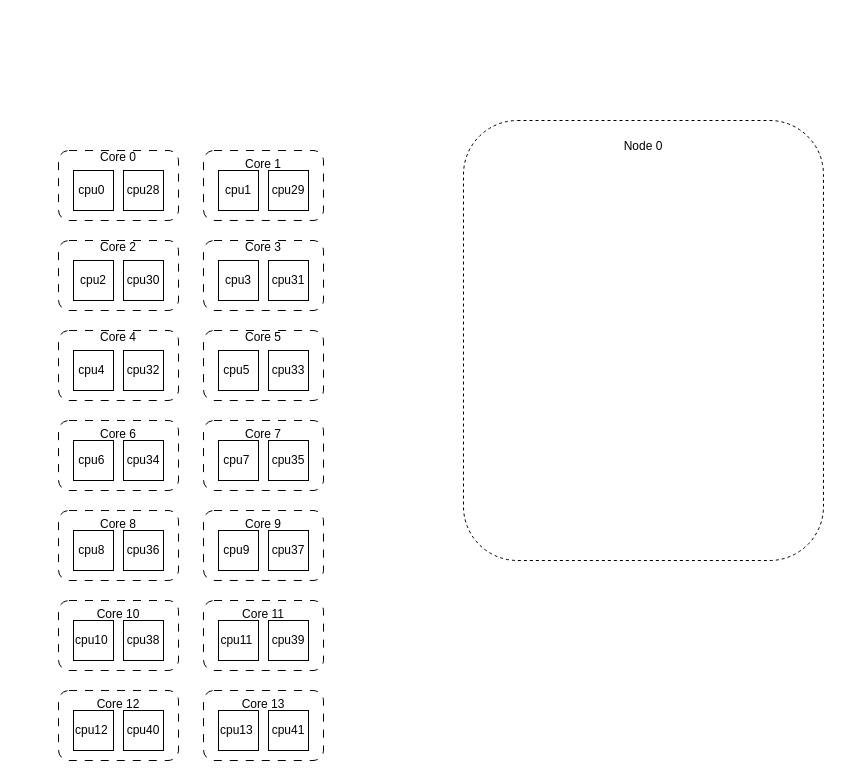
Before: cpu分布.drawio in Netech-DevNote/itquestions_pictures, a draw.io diagram. Source tidied: cells renumbered, new cells numbered last; positions are measured from the earlier drawing's top-left corner, leaving out a move shared by most shapes. Both pictures are drawn from the tidied source at 100%, with x=0, y=0 at pixel (58, 120).
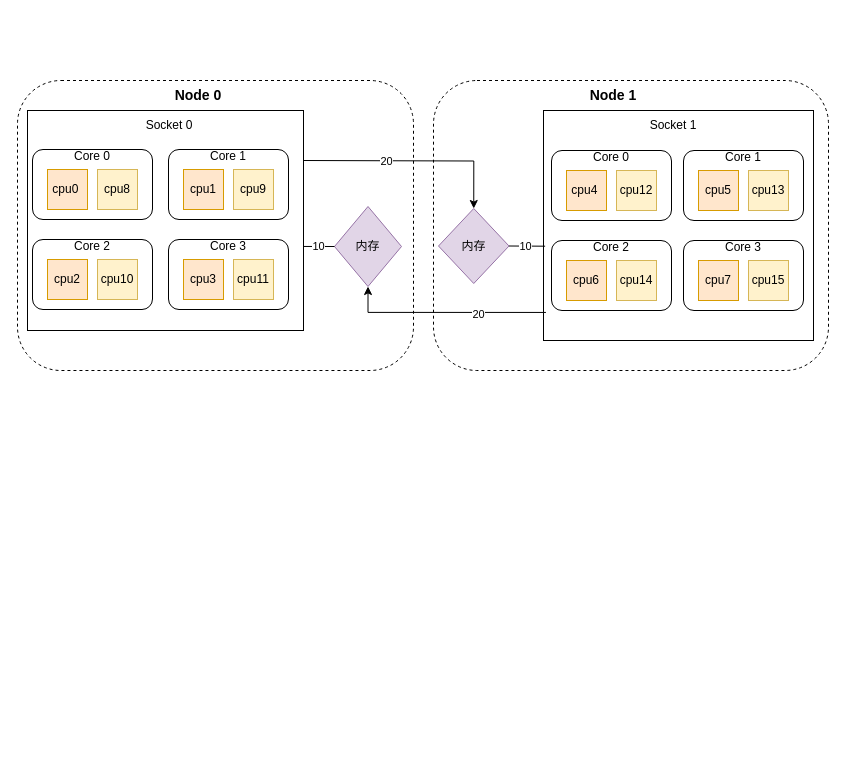
The same diagram, later.

Diff of the diagram source:
```diff
@@
+    <mxCell id="45" value="&lt;br&gt;&lt;br&gt;&lt;br&gt;&lt;br&gt;&lt;br&gt;&lt;br&gt;&lt;br&gt;&lt;br&gt;&lt;br&gt;&lt;br&gt;&lt;br&gt;&lt;br&gt;&lt;br&gt;&lt;br&gt;&lt;br&gt;&lt;br&gt;&lt;br&gt;&lt;br&gt;&lt;br&gt;&lt;br&gt;&lt;br&gt;&lt;br&gt;&lt;br&gt;&lt;br&gt;&lt;br&gt;&lt;br&gt;&lt;br&gt;&lt;br&gt;&lt;br&gt;" style="rounded=1;whiteSpace=wrap;html=1;dashed=1;" parent="1" vertex="1">
+      <mxGeometry x="375" y="-40" width="395" height="290" as="geometry" />
+    </mxCell>
+    <mxCell id="46" style="rounded=0;whiteSpace=wrap;html=1;" parent="1" vertex="1">
+      <mxGeometry x="485" y="-10" width="270" height="230" as="geometry" />
+    </mxCell>
-    <mxCell id="2" value="Node 0&lt;br&gt;&lt;br&gt;&lt;br&gt;&lt;br&gt;&lt;br&gt;&lt;br&gt;&lt;br&gt;&lt;br&gt;&lt;br&gt;&lt;br&gt;&lt;br&gt;&lt;br&gt;&lt;br&gt;&lt;br&gt;&lt;br&gt;&lt;br&gt;&lt;br&gt;&lt;br&gt;&lt;br&gt;&lt;br&gt;&lt;br&gt;&lt;br&gt;&lt;br&gt;&lt;br&gt;&lt;br&gt;&lt;br&gt;&lt;br&gt;&lt;br&gt;" style="rounded=1;whiteSpace=wrap;html=1;dashed=1;" parent="1" vertex="1">
-      <mxGeometry x="405" width="360" height="440" as="geometry" />
+    <mxCell id="2" value="&lt;br&gt;&lt;br&gt;&lt;br&gt;&lt;br&gt;&lt;br&gt;&lt;br&gt;&lt;br&gt;&lt;br&gt;&lt;br&gt;&lt;br&gt;&lt;br&gt;&lt;br&gt;&lt;br&gt;&lt;br&gt;&lt;br&gt;&lt;br&gt;&lt;br&gt;&lt;br&gt;&lt;br&gt;&lt;br&gt;&lt;br&gt;&lt;br&gt;&lt;br&gt;&lt;br&gt;&lt;br&gt;&lt;br&gt;&lt;br&gt;&lt;br&gt;&lt;br&gt;" style="rounded=1;whiteSpace=wrap;html=1;dashed=1;" parent="1" vertex="1">
+      <mxGeometry x="-41" y="-40" width="396" height="290" as="geometry" />
     </mxCell>
+    <mxCell id="47" style="rounded=0;whiteSpace=wrap;html=1;" parent="1" vertex="1">
+      <mxGeometry x="-31" y="-10" width="276" height="220" as="geometry" />
+    </mxCell>
-    <mxCell id="3" value="Core 0&lt;br&gt;&lt;br&gt;&lt;br&gt;&lt;br&gt;&lt;br&gt;" style="rounded=1;whiteSpace=wrap;html=1;dashed=1;dashPattern=8 8;" parent="1" vertex="1">
-      <mxGeometry y="30" width="120" height="70" as="geometry" />
+    <mxCell id="3" value="Core 0&lt;br&gt;&lt;br&gt;&lt;br&gt;&lt;br&gt;&lt;br&gt;" style="rounded=1;whiteSpace=wrap;html=1;" parent="1" vertex="1">
+      <mxGeometry x="-26" y="29" width="120" height="70" as="geometry" />
     </mxCell>
-    <mxCell id="4" value="cpu0&amp;nbsp;" style="whiteSpace=wrap;html=1;" parent="1" vertex="1">
-      <mxGeometry x="15" y="50" width="40" height="40" as="geometry" />
+    <mxCell id="4" value="cpu0&amp;nbsp;" style="whiteSpace=wrap;html=1;fillColor=#ffe6cc;strokeColor=#d79b00;" parent="1" vertex="1">
+      <mxGeometry x="-11" y="49" width="40" height="40" as="geometry" />
     </mxCell>
-    <mxCell id="5" value="cpu28" style="whiteSpace=wrap;html=1;" parent="1" vertex="1">
-      <mxGeometry x="65" y="50" width="40" height="40" as="geometry" />
+    <mxCell id="5" value="cpu8" style="whiteSpace=wrap;html=1;fillColor=#fff2cc;strokeColor=#d6b656;" parent="1" vertex="1">
+      <mxGeometry x="39" y="49" width="40" height="40" as="geometry" />
     </mxCell>
-    <mxCell id="6" value="Core 1&lt;br&gt;&lt;br&gt;&lt;br&gt;&lt;br&gt;" style="rounded=1;whiteSpace=wrap;html=1;dashed=1;dashPattern=8 8;" parent="1" vertex="1">
-      <mxGeometry x="145" y="30" width="120" height="70" as="geometry" />
+    <mxCell id="6" value="Core 1&lt;br&gt;&lt;br&gt;&lt;br&gt;&lt;br&gt;&lt;br&gt;" style="rounded=1;whiteSpace=wrap;html=1;" parent="1" vertex="1">
+      <mxGeometry x="110" y="29" width="120" height="70" as="geometry" />
     </mxCell>
-    <mxCell id="7" value="cpu1" style="whiteSpace=wrap;html=1;" parent="1" vertex="1">
-      <mxGeometry x="160" y="50" width="40" height="40" as="geometry" />
+    <mxCell id="7" value="cpu1" style="whiteSpace=wrap;html=1;fillColor=#ffe6cc;strokeColor=#d79b00;" parent="1" vertex="1">
+      <mxGeometry x="125" y="49" width="40" height="40" as="geometry" />
     </mxCell>
-    <mxCell id="8" value="cpu29" style="whiteSpace=wrap;html=1;" parent="1" vertex="1">
-      <mxGeometry x="210" y="50" width="40" height="40" as="geometry" />
+    <mxCell id="8" value="cpu9" style="whiteSpace=wrap;html=1;fillColor=#fff2cc;strokeColor=#d6b656;" parent="1" vertex="1">
+      <mxGeometry x="175" y="49" width="40" height="40" as="geometry" />
     </mxCell>
-    <mxCell id="9" value="Core 2&lt;br&gt;&lt;br&gt;&lt;br&gt;&lt;br&gt;&lt;br&gt;" style="rounded=1;whiteSpace=wrap;html=1;dashed=1;dashPattern=8 8;" parent="1" vertex="1">
-      <mxGeometry y="120" width="120" height="70" as="geometry" />
+    <mxCell id="9" value="Core 2&lt;br&gt;&lt;br&gt;&lt;br&gt;&lt;br&gt;&lt;br&gt;" style="rounded=1;whiteSpace=wrap;html=1;" parent="1" vertex="1">
+      <mxGeometry x="-26" y="119" width="120" height="70" as="geometry" />
     </mxCell>
-    <mxCell id="10" value="cpu2" style="whiteSpace=wrap;html=1;" parent="1" vertex="1">
-      <mxGeometry x="15" y="140" width="40" height="40" as="geometry" />
+    <mxCell id="10" value="cpu2" style="whiteSpace=wrap;html=1;fillColor=#ffe6cc;strokeColor=#d79b00;" parent="1" vertex="1">
+      <mxGeometry x="-11" y="139" width="40" height="40" as="geometry" />
     </mxCell>
-    <mxCell id="11" value="cpu30" style="whiteSpace=wrap;html=1;" parent="1" vertex="1">
-      <mxGeometry x="65" y="140" width="40" height="40" as="geometry" />
+    <mxCell id="11" value="cpu10" style="whiteSpace=wrap;html=1;fillColor=#fff2cc;strokeColor=#d6b656;" parent="1" vertex="1">
+      <mxGeometry x="39" y="139" width="40" height="40" as="geometry" />
     </mxCell>
-    <mxCell id="12" value="Core 3&lt;br&gt;&lt;br&gt;&lt;br&gt;&lt;br&gt;&lt;br&gt;" style="rounded=1;whiteSpace=wrap;html=1;dashed=1;dashPattern=8 8;" parent="1" vertex="1">
-      <mxGeometry x="145" y="120" width="120" height="70" as="geometry" />
+    <mxCell id="12" value="Core 3&lt;br&gt;&lt;br&gt;&lt;br&gt;&lt;br&gt;&lt;br&gt;" style="rounded=1;whiteSpace=wrap;html=1;" parent="1" vertex="1">
+      <mxGeometry x="110" y="119" width="120" height="70" as="geometry" />
     </mxCell>
-    <mxCell id="13" value="cpu3" style="whiteSpace=wrap;html=1;" parent="1" vertex="1">
-      <mxGeometry x="160" y="140" width="40" height="40" as="geometry" />
+    <mxCell id="13" value="cpu3" style="whiteSpace=wrap;html=1;fillColor=#ffe6cc;strokeColor=#d79b00;" parent="1" vertex="1">
+      <mxGeometry x="125" y="139" width="40" height="40" as="geometry" />
     </mxCell>
-    <mxCell id="14" value="cpu31" style="whiteSpace=wrap;html=1;" parent="1" vertex="1">
-      <mxGeometry x="210" y="140" width="40" height="40" as="geometry" />
+    <mxCell id="14" value="cpu11" style="whiteSpace=wrap;html=1;fillColor=#fff2cc;strokeColor=#d6b656;" parent="1" vertex="1">
+      <mxGeometry x="175" y="139" width="40" height="40" as="geometry" />
     </mxCell>
-    <mxCell id="15" value="Core 4&lt;br&gt;&lt;br&gt;&lt;br&gt;&lt;br&gt;&lt;br&gt;" style="rounded=1;whiteSpace=wrap;html=1;dashed=1;dashPattern=8 8;" parent="1" vertex="1">
-      <mxGeometry y="210" width="120" height="70" as="geometry" />
-    </mxCell>
+    <mxCell id="48" value="Node 0" style="text;html=1;strokeColor=none;fillColor=none;align=center;verticalAlign=middle;whiteSpace=wrap;rounded=0;fontStyle=1;fontSize=14;" parent="1" vertex="1">
+      <mxGeometry x="110" y="-40" width="60" height="30" as="geometry" />
+    </mxCell>
+    <mxCell id="49" value="Core 0&lt;br&gt;&lt;br&gt;&lt;br&gt;&lt;br&gt;&lt;br&gt;" style="rounded=1;whiteSpace=wrap;html=1;" parent="1" vertex="1">
+      <mxGeometry x="493" y="30" width="120" height="70" as="geometry" />
+    </mxCell>
-    <mxCell id="16" value="cpu4&amp;nbsp;" style="whiteSpace=wrap;html=1;" parent="1" vertex="1">
-      <mxGeometry x="15" y="230" width="40" height="40" as="geometry" />
+    <mxCell id="16" value="cpu4&amp;nbsp;" style="whiteSpace=wrap;html=1;fillColor=#ffe6cc;strokeColor=#d79b00;" parent="1" vertex="1">
+      <mxGeometry x="508" y="50" width="40" height="40" as="geometry" />
     </mxCell>
-    <mxCell id="17" value="cpu32" style="whiteSpace=wrap;html=1;" parent="1" vertex="1">
-      <mxGeometry x="65" y="230" width="40" height="40" as="geometry" />
-    </mxCell>
-    <mxCell id="18" value="Core 5&lt;br&gt;&lt;br&gt;&lt;br&gt;&lt;br&gt;&lt;br&gt;" style="rounded=1;whiteSpace=wrap;html=1;dashed=1;dashPattern=8 8;" parent="1" vertex="1">
-      <mxGeometry x="145" y="210" width="120" height="70" as="geometry" />
-    </mxCell>
+    <mxCell id="40" value="cpu12" style="whiteSpace=wrap;html=1;fillColor=#fff2cc;strokeColor=#d6b656;" parent="1" vertex="1">
+      <mxGeometry x="558" y="50" width="40" height="40" as="geometry" />
+    </mxCell>
+    <mxCell id="50" value="Core 1&lt;br&gt;&lt;br&gt;&lt;br&gt;&lt;br&gt;&lt;br&gt;" style="rounded=1;whiteSpace=wrap;html=1;" parent="1" vertex="1">
+      <mxGeometry x="625" y="30" width="120" height="70" as="geometry" />
+    </mxCell>
-    <mxCell id="19" value="cpu5&amp;nbsp;" style="whiteSpace=wrap;html=1;" parent="1" vertex="1">
-      <mxGeometry x="160" y="230" width="40" height="40" as="geometry" />
+    <mxCell id="19" value="cpu5" style="whiteSpace=wrap;html=1;fillColor=#ffe6cc;strokeColor=#d79b00;" parent="1" vertex="1">
+      <mxGeometry x="640" y="50" width="40" height="40" as="geometry" />
     </mxCell>
-    <mxCell id="20" value="cpu33" style="whiteSpace=wrap;html=1;" parent="1" vertex="1">
-      <mxGeometry x="210" y="230" width="40" height="40" as="geometry" />
-    </mxCell>
-    <mxCell id="21" value="Core 6&lt;br&gt;&lt;br&gt;&lt;br&gt;&lt;br&gt;" style="rounded=1;whiteSpace=wrap;html=1;dashed=1;dashPattern=8 8;" parent="1" vertex="1">
-      <mxGeometry y="300" width="120" height="70" as="geometry" />
-    </mxCell>
+    <mxCell id="43" value="cpu13" style="whiteSpace=wrap;html=1;fillColor=#fff2cc;strokeColor=#d6b656;" parent="1" vertex="1">
+      <mxGeometry x="690" y="50" width="40" height="40" as="geometry" />
+    </mxCell>
+    <mxCell id="51" value="Core 2&lt;br&gt;&lt;br&gt;&lt;br&gt;&lt;br&gt;&lt;br&gt;" style="rounded=1;whiteSpace=wrap;html=1;" parent="1" vertex="1">
+      <mxGeometry x="493" y="120" width="120" height="70" as="geometry" />
+    </mxCell>
-    <mxCell id="22" value="cpu6&amp;nbsp;" style="whiteSpace=wrap;html=1;" parent="1" vertex="1">
-      <mxGeometry x="15" y="320" width="40" height="40" as="geometry" />
+    <mxCell id="22" value="cpu6" style="whiteSpace=wrap;html=1;fillColor=#ffe6cc;strokeColor=#d79b00;" parent="1" vertex="1">
+      <mxGeometry x="508" y="140" width="40" height="40" as="geometry" />
     </mxCell>
-    <mxCell id="23" value="cpu34" style="whiteSpace=wrap;html=1;" parent="1" vertex="1">
-      <mxGeometry x="65" y="320" width="40" height="40" as="geometry" />
-    </mxCell>
-    <mxCell id="24" value="Core 7&lt;br&gt;&lt;br&gt;&lt;br&gt;&lt;br&gt;" style="rounded=1;whiteSpace=wrap;html=1;dashed=1;dashPattern=8 8;" parent="1" vertex="1">
-      <mxGeometry x="145" y="300" width="120" height="70" as="geometry" />
-    </mxCell>
+    <mxCell id="52" value="cpu14" style="whiteSpace=wrap;html=1;fillColor=#fff2cc;strokeColor=#d6b656;" parent="1" vertex="1">
+      <mxGeometry x="558" y="140" width="40" height="40" as="geometry" />
+    </mxCell>
+    <mxCell id="53" value="Core 3&lt;br&gt;&lt;br&gt;&lt;br&gt;&lt;br&gt;&lt;br&gt;" style="rounded=1;whiteSpace=wrap;html=1;" parent="1" vertex="1">
+      <mxGeometry x="625" y="120" width="120" height="70" as="geometry" />
+    </mxCell>
-    <mxCell id="25" value="cpu7&amp;nbsp;" style="whiteSpace=wrap;html=1;" parent="1" vertex="1">
-      <mxGeometry x="160" y="320" width="40" height="40" as="geometry" />
+    <mxCell id="25" value="cpu7" style="whiteSpace=wrap;html=1;fillColor=#ffe6cc;strokeColor=#d79b00;" parent="1" vertex="1">
+      <mxGeometry x="640" y="140" width="40" height="40" as="geometry" />
     </mxCell>
-    <mxCell id="26" value="cpu35" style="whiteSpace=wrap;html=1;" parent="1" vertex="1">
-      <mxGeometry x="210" y="320" width="40" height="40" as="geometry" />
-    </mxCell>
-    <mxCell id="27" value="Core 8&lt;br&gt;&lt;br&gt;&lt;br&gt;&lt;br&gt;" style="rounded=1;whiteSpace=wrap;html=1;dashed=1;dashPattern=8 8;" parent="1" vertex="1">
-      <mxGeometry y="390" width="120" height="70" as="geometry" />
-    </mxCell>
-    <mxCell id="28" value="cpu8&amp;nbsp;" style="whiteSpace=wrap;html=1;" parent="1" vertex="1">
-      <mxGeometry x="15" y="410" width="40" height="40" as="geometry" />
-    </mxCell>
-    <mxCell id="29" value="cpu36" style="whiteSpace=wrap;html=1;" parent="1" vertex="1">
-      <mxGeometry x="65" y="410" width="40" height="40" as="geometry" />
-    </mxCell>
-    <mxCell id="30" value="Core 9&lt;br&gt;&lt;br&gt;&lt;br&gt;&lt;br&gt;" style="rounded=1;whiteSpace=wrap;html=1;dashed=1;dashPattern=8 8;" parent="1" vertex="1">
-      <mxGeometry x="145" y="390" width="120" height="70" as="geometry" />
-    </mxCell>
-    <mxCell id="31" value="cpu9&amp;nbsp;" style="whiteSpace=wrap;html=1;" parent="1" vertex="1">
-      <mxGeometry x="160" y="410" width="40" height="40" as="geometry" />
-    </mxCell>
-    <mxCell id="32" value="cpu37" style="whiteSpace=wrap;html=1;" parent="1" vertex="1">
-      <mxGeometry x="210" y="410" width="40" height="40" as="geometry" />
-    </mxCell>
-    <mxCell id="33" value="Core 10&lt;br&gt;&lt;br&gt;&lt;br&gt;&lt;br&gt;" style="rounded=1;whiteSpace=wrap;html=1;dashed=1;dashPattern=8 8;" parent="1" vertex="1">
-      <mxGeometry y="480" width="120" height="70" as="geometry" />
-    </mxCell>
-    <mxCell id="34" value="cpu10&amp;nbsp;" style="whiteSpace=wrap;html=1;" parent="1" vertex="1">
-      <mxGeometry x="15" y="500" width="40" height="40" as="geometry" />
-    </mxCell>
-    <mxCell id="35" value="cpu38" style="whiteSpace=wrap;html=1;" parent="1" vertex="1">
-      <mxGeometry x="65" y="500" width="40" height="40" as="geometry" />
-    </mxCell>
-    <mxCell id="36" value="Core 11&lt;br&gt;&lt;br&gt;&lt;br&gt;&lt;br&gt;" style="rounded=1;whiteSpace=wrap;html=1;dashed=1;dashPattern=8 8;" parent="1" vertex="1">
-      <mxGeometry x="145" y="480" width="120" height="70" as="geometry" />
-    </mxCell>
-    <mxCell id="37" value="cpu11&amp;nbsp;" style="whiteSpace=wrap;html=1;" parent="1" vertex="1">
-      <mxGeometry x="160" y="500" width="40" height="40" as="geometry" />
-    </mxCell>
-    <mxCell id="38" value="cpu39" style="whiteSpace=wrap;html=1;" parent="1" vertex="1">
-      <mxGeometry x="210" y="500" width="40" height="40" as="geometry" />
-    </mxCell>
-    <mxCell id="39" value="Core 12&lt;br&gt;&lt;br&gt;&lt;br&gt;&lt;br&gt;" style="rounded=1;whiteSpace=wrap;html=1;dashed=1;dashPattern=8 8;" parent="1" vertex="1">
-      <mxGeometry y="570" width="120" height="70" as="geometry" />
-    </mxCell>
-    <mxCell id="40" value="cpu12&amp;nbsp;" style="whiteSpace=wrap;html=1;" parent="1" vertex="1">
-      <mxGeometry x="15" y="590" width="40" height="40" as="geometry" />
-    </mxCell>
-    <mxCell id="41" value="cpu40" style="whiteSpace=wrap;html=1;" parent="1" vertex="1">
-      <mxGeometry x="65" y="590" width="40" height="40" as="geometry" />
-    </mxCell>
-    <mxCell id="42" value="Core 13&lt;br&gt;&lt;br&gt;&lt;br&gt;&lt;br&gt;" style="rounded=1;whiteSpace=wrap;html=1;dashed=1;dashPattern=8 8;" parent="1" vertex="1">
-      <mxGeometry x="145" y="570" width="120" height="70" as="geometry" />
-    </mxCell>
-    <mxCell id="43" value="cpu13&amp;nbsp;" style="whiteSpace=wrap;html=1;" parent="1" vertex="1">
-      <mxGeometry x="160" y="590" width="40" height="40" as="geometry" />
-    </mxCell>
-    <mxCell id="44" value="cpu41" style="whiteSpace=wrap;html=1;" parent="1" vertex="1">
-      <mxGeometry x="210" y="590" width="40" height="40" as="geometry" />
-    </mxCell>
+    <mxCell id="54" value="cpu15" style="whiteSpace=wrap;html=1;fillColor=#fff2cc;strokeColor=#d6b656;" parent="1" vertex="1">
+      <mxGeometry x="690" y="140" width="40" height="40" as="geometry" />
+    </mxCell>
+    <mxCell id="55" value="Node 1" style="text;html=1;strokeColor=none;fillColor=none;align=center;verticalAlign=middle;whiteSpace=wrap;rounded=0;fontStyle=1;fontSize=14;" parent="1" vertex="1">
+      <mxGeometry x="525" y="-40" width="60" height="30" as="geometry" />
+    </mxCell>
+    <mxCell id="56" value="内存" style="rhombus;whiteSpace=wrap;html=1;fillColor=#e1d5e7;strokeColor=#9673a6;" parent="1" vertex="1">
+      <mxGeometry x="276" y="86" width="67" height="80" as="geometry" />
+    </mxCell>
+    <mxCell id="57" value="Socket 0" style="text;html=1;strokeColor=none;fillColor=none;align=center;verticalAlign=middle;whiteSpace=wrap;rounded=0;" parent="1" vertex="1">
+      <mxGeometry x="81" y="-10" width="60" height="30" as="geometry" />
+    </mxCell>
+    <mxCell id="58" value="Socket 1" style="text;html=1;strokeColor=none;fillColor=none;align=center;verticalAlign=middle;whiteSpace=wrap;rounded=0;" parent="1" vertex="1">
+      <mxGeometry x="585" y="-10" width="60" height="30" as="geometry" />
+    </mxCell>
+    <mxCell id="59" value="内存" style="rhombus;whiteSpace=wrap;html=1;fillColor=#e1d5e7;strokeColor=#9673a6;" parent="1" vertex="1">
+      <mxGeometry x="380" y="88" width="70.5" height="75" as="geometry" />
+    </mxCell>
+    <mxCell id="60" style="endArrow=none;html=1;rounded=0;entryX=0.006;entryY=0.59;entryDx=0;entryDy=0;entryPerimeter=0;exitX=1;exitY=0.5;exitDx=0;exitDy=0;" parent="1" edge="1" source="59" target="46">
+      <mxGeometry relative="1" as="geometry" />
+    </mxCell>
+    <mxCell id="61" value="10" style="edgeLabel;html=1;align=center;verticalAlign=middle;" parent="60" vertex="1">
+      <mxGeometry x="-0.13" y="-3" relative="1" as="geometry">
+        <mxPoint y="-3" as="offset" />
+      </mxGeometry>
+    </mxCell>
+    <mxCell id="62" style="endArrow=none;html=1;rounded=0;entryX=0;entryY=0.5;entryDx=0;entryDy=0;exitX=1;exitY=0.618;exitDx=0;exitDy=0;exitPerimeter=0;" parent="1" edge="1" source="47" target="56">
+      <mxGeometry relative="1" as="geometry" />
+    </mxCell>
+    <mxCell id="63" value="10" style="edgeLabel;html=1;align=center;verticalAlign=middle;" parent="62" vertex="1">
+      <mxGeometry x="-0.02" relative="1" as="geometry" />
+    </mxCell>
+    <mxCell id="64" style="endArrow=classic;html=1;rounded=0;edgeStyle=orthogonalEdgeStyle;entryX=0.5;entryY=0;entryDx=0;entryDy=0;" parent="1" edge="1" target="59">
+      <mxGeometry relative="1" as="geometry">
+        <mxPoint x="245" y="40" as="sourcePoint" />
+      </mxGeometry>
+    </mxCell>
+    <mxCell id="65" value="20" style="edgeLabel;html=1;align=center;verticalAlign=middle;" parent="64" vertex="1">
+      <mxGeometry x="-0.24" y="-2" relative="1" as="geometry">
+        <mxPoint y="-2" as="offset" />
+      </mxGeometry>
+    </mxCell>
+    <mxCell id="66" style="endArrow=classic;html=1;rounded=0;exitX=0.009;exitY=0.878;exitDx=0;exitDy=0;exitPerimeter=0;edgeStyle=orthogonalEdgeStyle;entryX=0.5;entryY=1;entryDx=0;entryDy=0;" parent="1" edge="1" source="46" target="56">
+      <mxGeometry relative="1" as="geometry">
+        <Array as="points">
+          <mxPoint x="310" y="192" />
+        </Array>
+      </mxGeometry>
+    </mxCell>
+    <mxCell id="67" value="20" style="edgeLabel;html=1;align=center;verticalAlign=middle;" parent="66" vertex="1">
+      <mxGeometry x="-0.33" y="2" relative="1" as="geometry" />
+    </mxCell>
```
